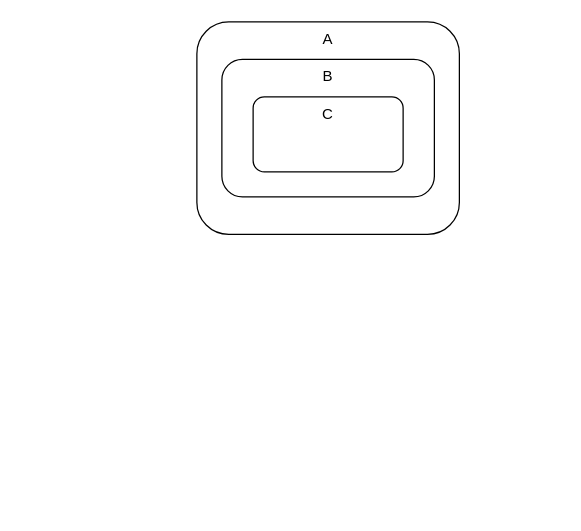
This is page "Containment" (1 of 2) of phase2/containment.drawio from guitarvydas/diagrams-as-syntax, a draw.io file, before an edit. Source tidied: cells renumbered, new cells numbered last; positions are measured from the earlier drawing's top-left corner, leaving out a move shared by most shapes. Both pictures are drawn from the tidied source at 125%, with x=0, y=0 at pixel (196, 21).
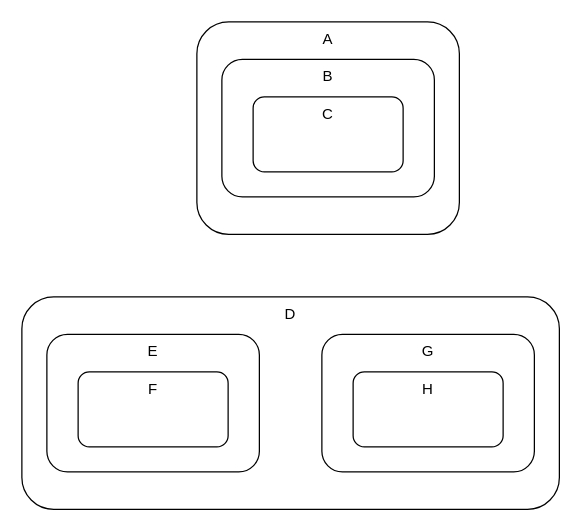
After the change.

Commit message (it also covers changes not shown here):
cp working on diagram parsing

Diff of the diagram source:
```diff
@@
 <mxGraphModel>
   <root>
     <mxCell id="0" />
     <mxCell id="1" parent="0" />
     <mxCell id="2" value="A" style="rounded=1;whiteSpace=wrap;html=1;verticalAlign=top;fontStyle=0;" parent="1" vertex="1">
       <mxGeometry width="210" height="170" as="geometry" />
     </mxCell>
     <mxCell id="3" value="B" style="rounded=1;whiteSpace=wrap;html=1;verticalAlign=top;fontStyle=0;" parent="1" vertex="1">
       <mxGeometry x="20" y="30" width="170" height="110" as="geometry" />
     </mxCell>
     <mxCell id="4" value="C" style="rounded=1;whiteSpace=wrap;html=1;verticalAlign=top;fontStyle=0;" parent="1" vertex="1">
       <mxGeometry x="45" y="60" width="120" height="60" as="geometry" />
     </mxCell>
+    <mxCell id="5" value="D" style="rounded=1;whiteSpace=wrap;html=1;verticalAlign=top;fontStyle=0;" parent="1" vertex="1">
+      <mxGeometry x="-140" y="220" width="430" height="170" as="geometry" />
+    </mxCell>
+    <mxCell id="6" value="E" style="rounded=1;whiteSpace=wrap;html=1;verticalAlign=top;fontStyle=0;" parent="1" vertex="1">
+      <mxGeometry x="-120" y="250" width="170" height="110" as="geometry" />
+    </mxCell>
+    <mxCell id="7" value="F" style="rounded=1;whiteSpace=wrap;html=1;verticalAlign=top;fontStyle=0;" parent="1" vertex="1">
+      <mxGeometry x="-95" y="280" width="120" height="60" as="geometry" />
+    </mxCell>
+    <mxCell id="8" value="G" style="rounded=1;whiteSpace=wrap;html=1;verticalAlign=top;fontStyle=0;" parent="1" vertex="1">
+      <mxGeometry x="100" y="250" width="170" height="110" as="geometry" />
+    </mxCell>
+    <mxCell id="9" value="H" style="rounded=1;whiteSpace=wrap;html=1;verticalAlign=top;fontStyle=0;" parent="1" vertex="1">
+      <mxGeometry x="125" y="280" width="120" height="60" as="geometry" />
+    </mxCell>
   </root>
 </mxGraphModel>
```
